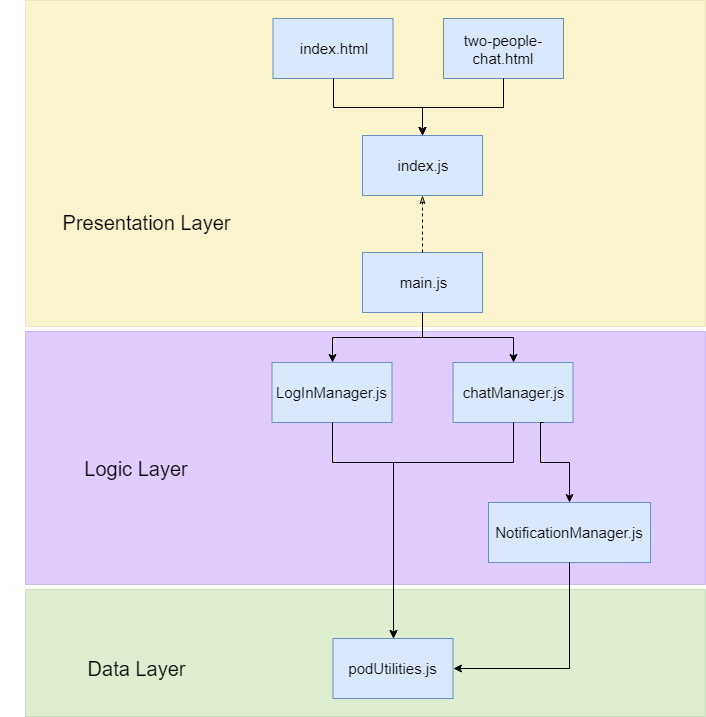
Earlier version of the draw.io export adocs/images/tiers.png (Arquisoft/dechat_es5b). Source tidied: cells renumbered, new cells last; positions are measured from the earlier drawing's top-left corner, leaving out a move shared by most shapes.
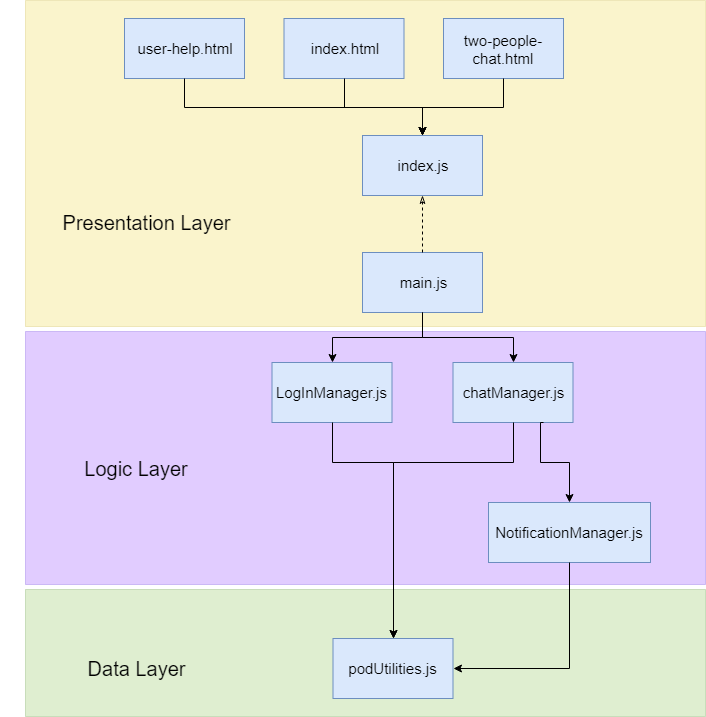
After the change.

Diff of the diagram source:
```diff
@@ -61,7 +61,7 @@
       <mxGeometry relative="1" as="geometry" />
     </mxCell>
     <mxCell id="16" value="&lt;font style=&quot;font-size: 15px&quot;&gt;index.html&lt;/font&gt;" style="rounded=0;whiteSpace=wrap;html=1;fillColor=#dae8fc;strokeColor=#6c8ebf;" parent="1" vertex="1">
-      <mxGeometry x="272.5" y="18" width="120" height="60" as="geometry" />
+      <mxGeometry x="283.5" y="18" width="120" height="60" as="geometry" />
     </mxCell>
     <mxCell id="17" value="&lt;font style=&quot;font-size: 15px&quot;&gt;two-people-chat.html&lt;/font&gt;" style="rounded=0;whiteSpace=wrap;html=1;fillColor=#dae8fc;strokeColor=#6c8ebf;" parent="1" vertex="1">
       <mxGeometry x="443" y="18" width="120" height="60" as="geometry" />
@@ -92,5 +92,11 @@
     <mxCell id="25" value="Data Layer" style="text;html=1;strokeColor=none;fillColor=none;align=center;verticalAlign=middle;whiteSpace=wrap;rounded=0;opacity=20;fontSize=20;" parent="1" vertex="1">
       <mxGeometry x="65" y="658" width="141" height="20" as="geometry" />
     </mxCell>
+    <mxCell id="26" value="&lt;font style=&quot;font-size: 15px&quot;&gt;user-help.html&lt;/font&gt;" style="rounded=0;whiteSpace=wrap;html=1;fillColor=#dae8fc;strokeColor=#6c8ebf;" parent="1" vertex="1">
+      <mxGeometry x="124" y="18" width="120" height="60" as="geometry" />
+    </mxCell>
+    <mxCell id="27" style="endArrow=classic;html=1;entryX=0.5;entryY=0;entryDx=0;entryDy=0;exitX=0.5;exitY=1;exitDx=0;exitDy=0;edgeStyle=orthogonalEdgeStyle;rounded=0;" parent="1" edge="1" source="26" target="18">
+      <mxGeometry relative="1" as="geometry" />
+    </mxCell>
   </root>
 </mxGraphModel>
```
